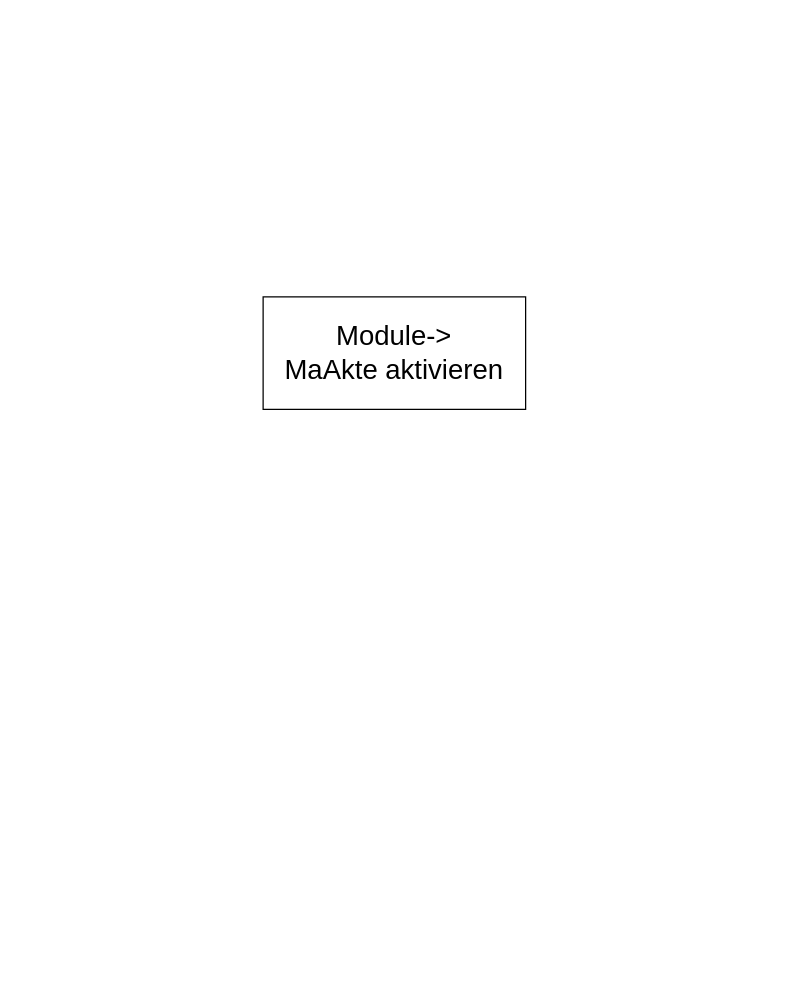
This is Datenbix einrichten.drawio from masteryijian/Hallo-World-, a draw.io file, before an edit. Source tidied: cells renumbered, new cells numbered last; positions are measured from the earlier drawing's top-left corner, leaving out a move shared by most shapes. Both pictures are drawn from the tidied source at 125%, with x=0, y=0 at pixel (262, 296).
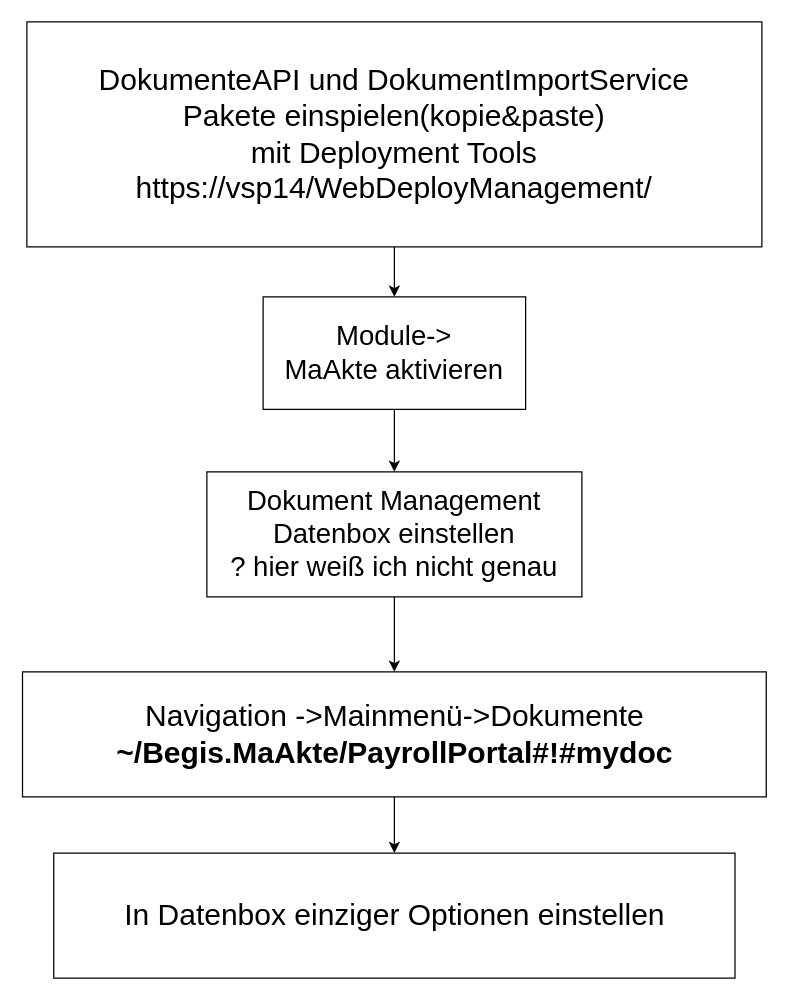
The same page after the edit.

Change to the diagram source:
```diff
@@
 <mxGraphModel>
   <root>
     <mxCell id="0" />
     <mxCell id="1" parent="0" />
     <mxCell id="2" value="&lt;font style=&quot;font-size: 22px;&quot;&gt;Module-&amp;gt;&lt;br style=&quot;font-size: 22px;&quot;&gt;MaAkte aktivieren&lt;/font&gt;" style="rounded=0;whiteSpace=wrap;html=1;fontSize=22;" parent="1" vertex="1">
       <mxGeometry width="210" height="90" as="geometry" />
     </mxCell>
+    <mxCell id="3" value="Dokument Management&lt;br&gt;Datenbox einstellen&lt;br&gt;? hier weiß ich nicht genau" style="rounded=0;whiteSpace=wrap;html=1;fontSize=22;" parent="1" vertex="1">
+      <mxGeometry x="-45" y="140" width="300" height="100" as="geometry" />
+    </mxCell>
+    <mxCell id="4" value="Navigation -&amp;gt;Mainmenü-&amp;gt;Dokumente&lt;br style=&quot;font-size: 24px&quot;&gt;&lt;div class=&quot;WordSection1&quot; style=&quot;font-size: 24px&quot;&gt;&lt;p class=&quot;MsoNormal&quot; style=&quot;margin: 0cm ; line-height: normal ; font-size: 24px ; font-family: &amp;#34;calibri&amp;#34; , sans-serif&quot;&gt;&lt;b style=&quot;font-size: 24px&quot;&gt;&lt;span lang=&quot;ZH-CN&quot; style=&quot;font-size: 24px ; font-family: &amp;#34;microsoft yahei&amp;#34; , sans-serif&quot;&gt;~/Begis.MaAkte/PayrollPortal#!#mydoc&lt;/span&gt;&lt;/b&gt;&lt;/p&gt;&lt;/div&gt;" style="rounded=0;whiteSpace=wrap;html=1;fontSize=24;" parent="1" vertex="1">
+      <mxGeometry x="-192.5" y="300" width="595" height="100" as="geometry" />
+    </mxCell>
+    <mxCell id="5" style="endArrow=classic;html=1;fontSize=24;exitX=0.5;exitY=1;exitDx=0;exitDy=0;entryX=0.5;entryY=0;entryDx=0;entryDy=0;" parent="1" edge="1" source="2" target="3">
+      <mxGeometry relative="1" as="geometry" />
+    </mxCell>
+    <mxCell id="6" style="endArrow=classic;html=1;fontSize=24;exitX=0.5;exitY=1;exitDx=0;exitDy=0;entryX=0.5;entryY=0;entryDx=0;entryDy=0;" parent="1" edge="1" source="3" target="4">
+      <mxGeometry relative="1" as="geometry" />
+    </mxCell>
+    <mxCell id="7" value="In Datenbox einziger Optionen einstellen" style="rounded=0;whiteSpace=wrap;html=1;fontSize=24;" parent="1" vertex="1">
+      <mxGeometry x="-167.5" y="445" width="545" height="100" as="geometry" />
+    </mxCell>
+    <mxCell id="8" style="endArrow=classic;html=1;fontSize=24;entryX=0.5;entryY=0;entryDx=0;entryDy=0;exitX=0.5;exitY=1;exitDx=0;exitDy=0;" parent="1" edge="1" source="4" target="7">
+      <mxGeometry relative="1" as="geometry" />
+    </mxCell>
+    <mxCell id="9" style="edgeStyle=orthogonalEdgeStyle;rounded=0;jettySize=auto;html=1;fontSize=24;" parent="1" edge="1" source="10" target="2">
+      <mxGeometry relative="1" as="geometry" />
+    </mxCell>
+    <mxCell id="10" value="DokumenteAPI und DokumentImportService &lt;br&gt;Pakete einspielen(kopie&amp;amp;paste)&lt;br&gt;mit Deployment Tools&lt;br&gt;https://vsp14/WebDeployManagement/" style="rounded=0;whiteSpace=wrap;html=1;fontSize=24;" parent="1" vertex="1">
+      <mxGeometry x="-189" y="-220" width="588" height="180" as="geometry" />
+    </mxCell>
   </root>
 </mxGraphModel>
```
